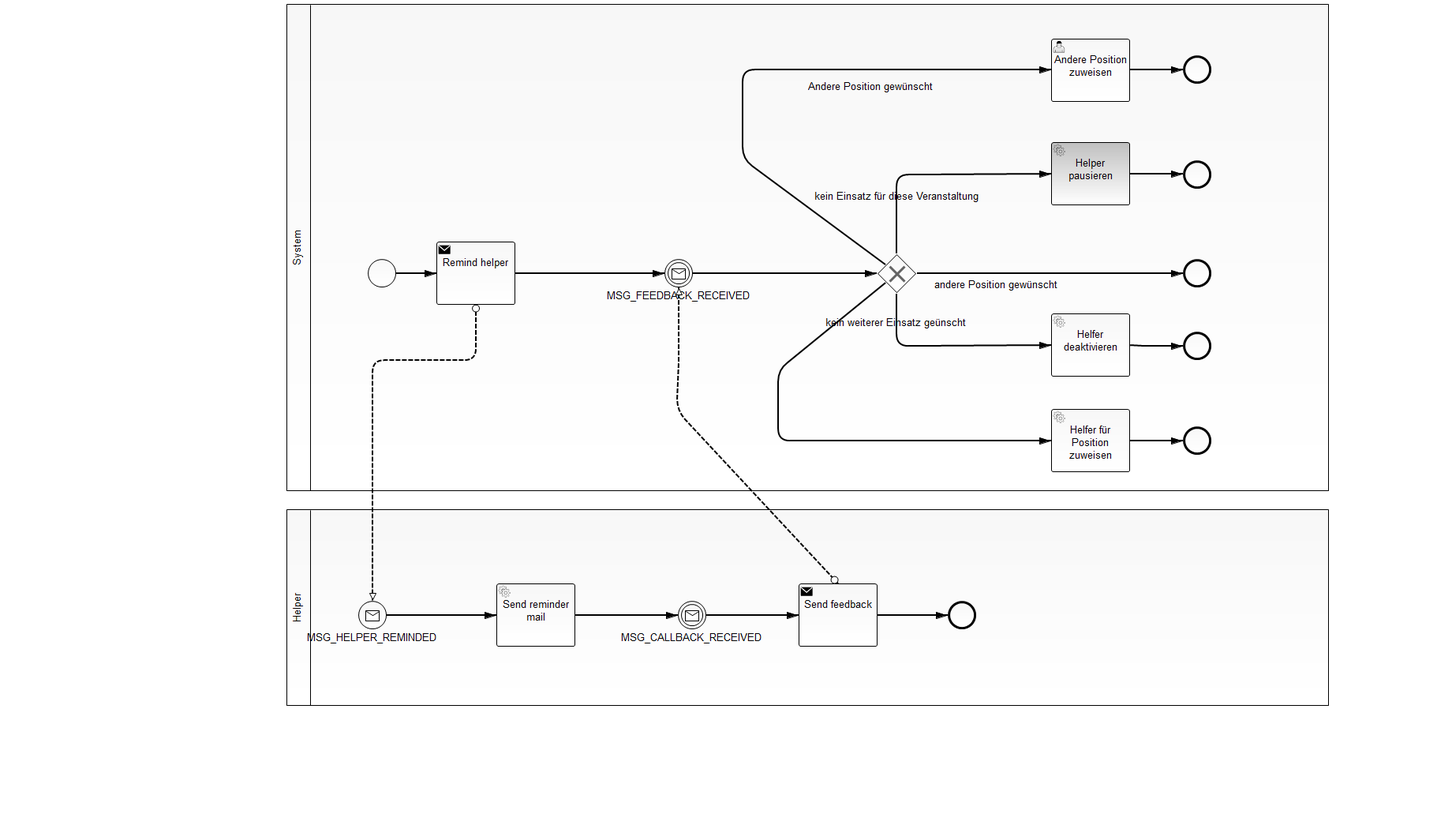
This is resourceplanning-bpm/src/main/resources/RequestHelp.png from gheddie/speedys-resourceplanning, a BPMN export, as it was before one commit. Its source is kept beside it as resourceplanning-bpm/src/main/resources/RequestHelp.bpmn. Ids are renumbered.
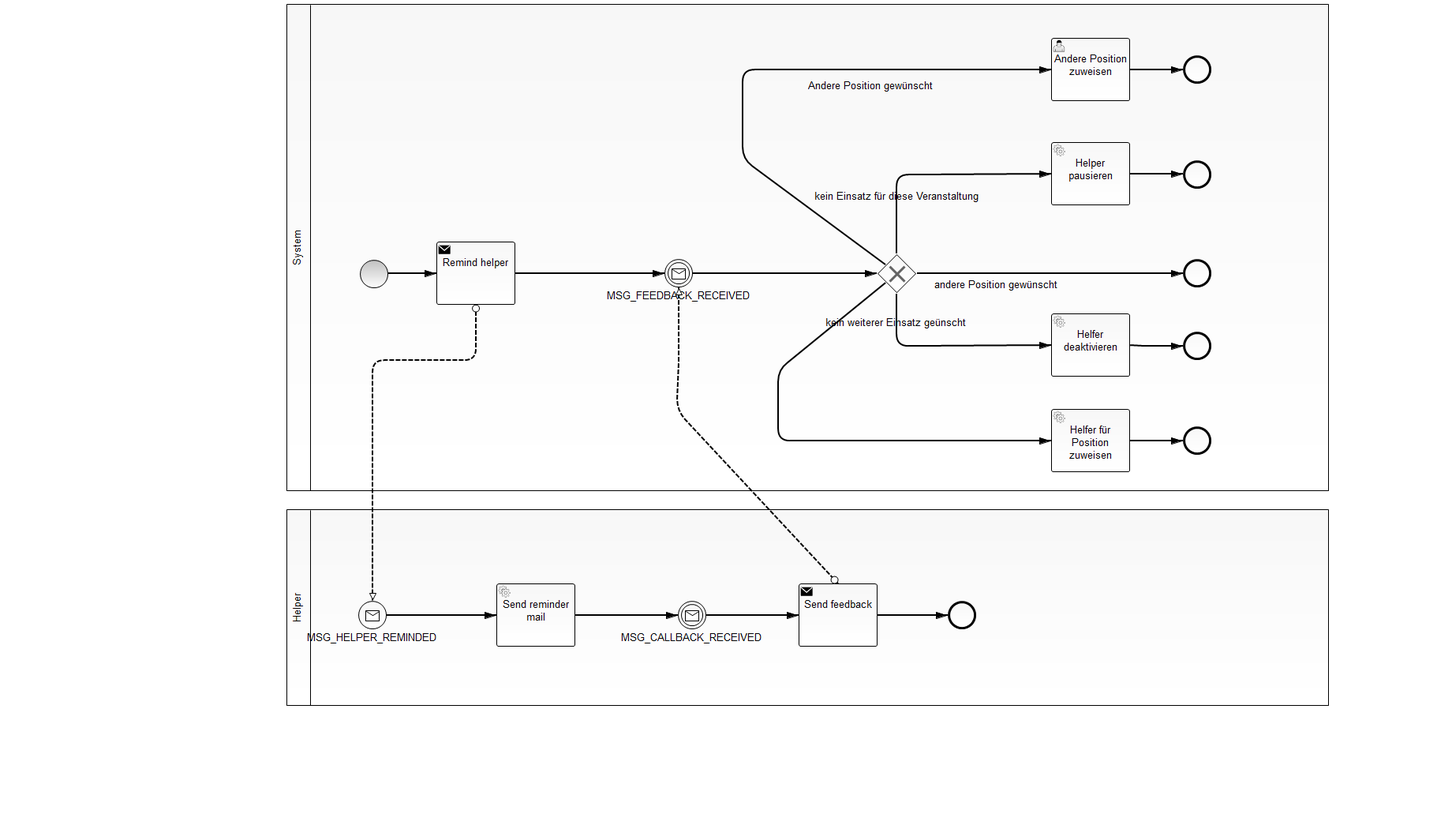
Later version of the same file.

Change to the diagram source:
```diff
@@ -105,19 +105,19 @@
         <dc:Bounds height="617.0" width="1321.0" x="363.0" y="0.0"/>
       </bpmndi:BPMNShape>
       <bpmndi:BPMNShape id="_BPMNShape_StartEvent_2" bpmnElement="StartEvent_1">
-        <dc:Bounds height="36.0" width="36.0" x="466.0" y="323.0"/>
+        <dc:Bounds height="36.0" width="36.0" x="456.0" y="324.0"/>
         <bpmndi:BPMNLabel>
-          <dc:Bounds height="20.0" width="90.0" x="439.0" y="359.0"/>
+          <dc:Bounds height="0.0" width="0.0" x="474.0" y="360.0"/>
         </bpmndi:BPMNLabel>
       </bpmndi:BPMNShape>
       <bpmndi:BPMNShape id="Participant_n3_di" bpmnElement="Participant_n3" isHorizontal="false">
         <dc:Bounds height="249.0" width="1321.0" x="363.0" y="640.0"/>
       </bpmndi:BPMNShape>
       <bpmndi:BPMNEdge id="SequenceFlow_n10_di" bpmnElement="SequenceFlow_n10">
-        <di:waypoint xsi:type="dc:Point" x="502.0" y="341.0"/>
+        <di:waypoint xsi:type="dc:Point" x="492.0" y="342.0"/>
         <di:waypoint xsi:type="dc:Point" x="553.0" y="341.0"/>
         <bpmndi:BPMNLabel>
-          <dc:Bounds height="20.0" width="90.0" x="482.5" y="331.0"/>
+          <dc:Bounds height="0.0" width="0.0" x="517.0" y="332.0"/>
         </bpmndi:BPMNLabel>
       </bpmndi:BPMNEdge>
       <bpmndi:BPMNShape id="SendTask_n5_di" bpmnElement="SendTask_n5">
```
